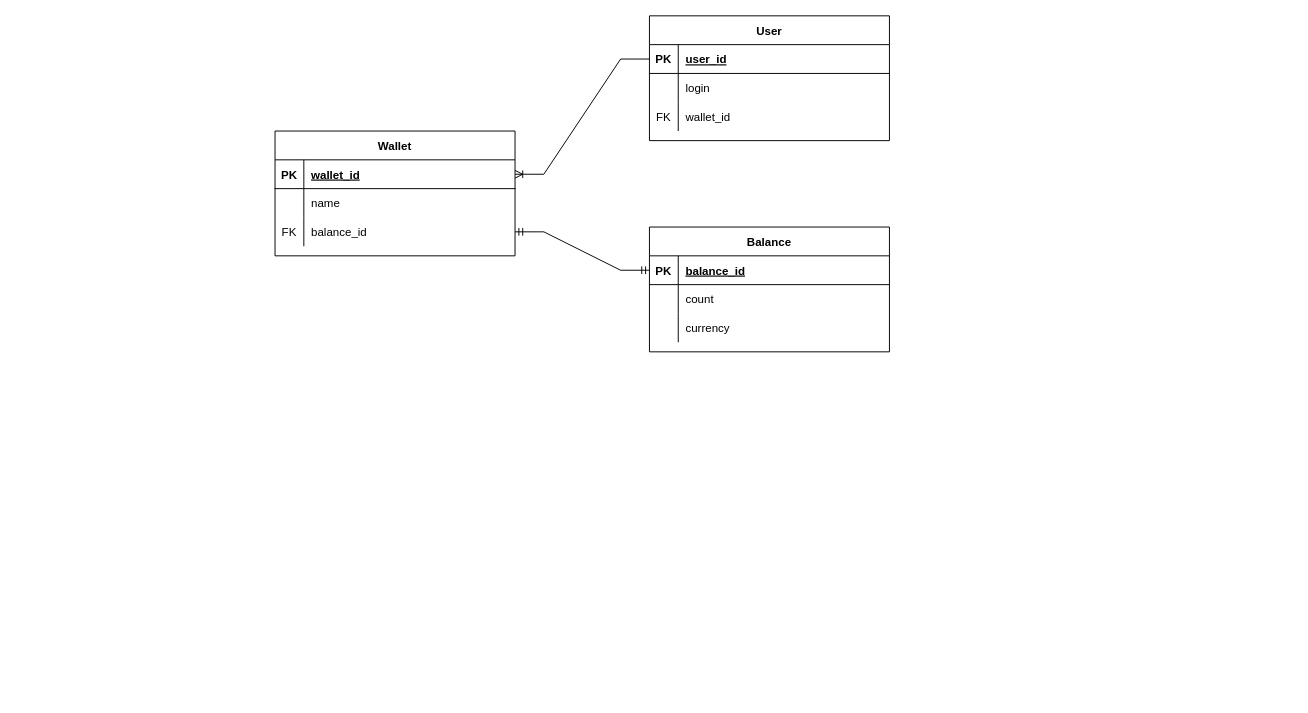
Before: Диаграмма без названия.drawio in ayratkin/coin-keeper-server, a draw.io diagram. Source tidied: cells renumbered, new cells numbered last; positions are measured from the earlier drawing's top-left corner, leaving out a move shared by most shapes. Both pictures are drawn from the tidied source at 96%, with x=0, y=0 at pixel (275, 15).
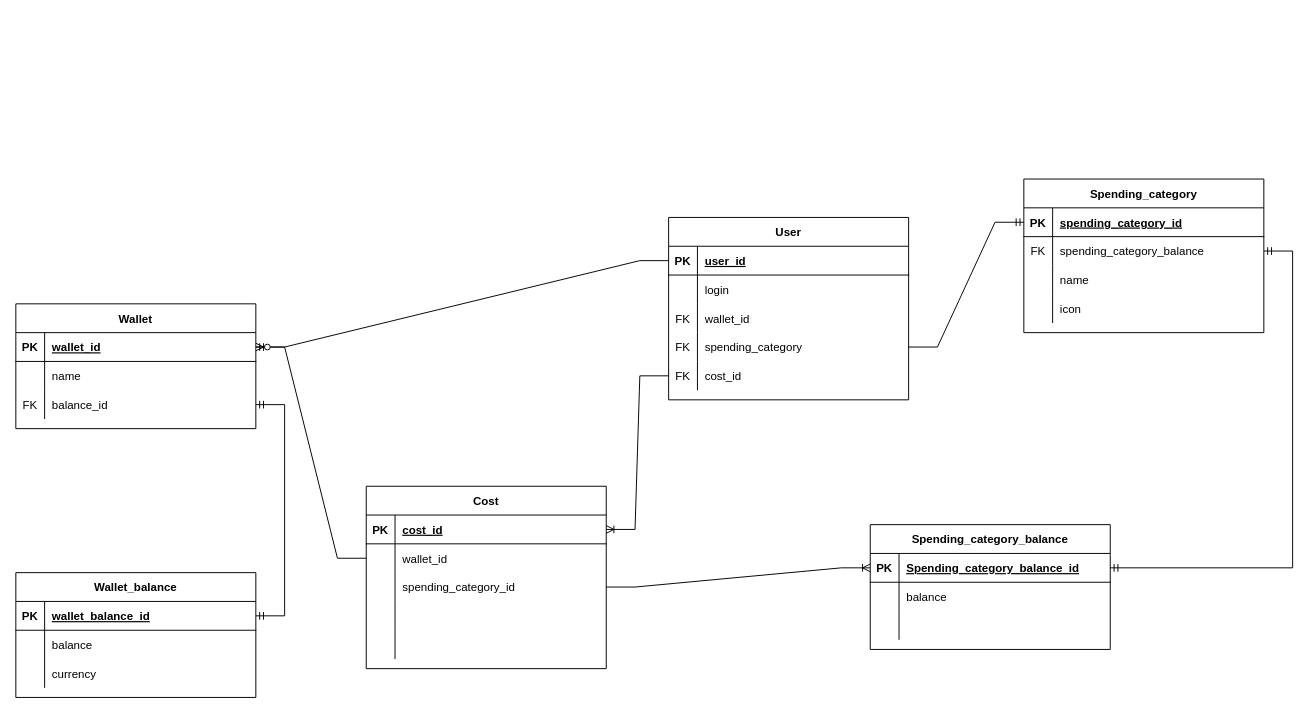
Above is the later version.

Unchanged cells that the change refers to:
```xml
<mxCell id="3" style="shape=partialRectangle;fillColor=none;points=[[0,0.5],[1,0.5]];portConstraint=eastwest;top=0;left=0;right=0;bottom=1;" parent="2" vertex="1">
  <mxGeometry y="30" width="250" height="30" as="geometry" />
</mxCell>
<mxCell id="6" style="shape=partialRectangle;fillColor=none;top=0;left=0;right=0;bottom=0;" parent="2" vertex="1">
  <mxGeometry y="60" width="250" height="30" as="geometry" />
</mxCell>
<mxCell id="13" style="shape=partialRectangle;fillColor=none;points=[[0,0.5],[1,0.5]];portConstraint=eastwest;top=0;left=0;right=0;bottom=1;" parent="12" vertex="1">
  <mxGeometry y="30" width="250" height="30" as="geometry" />
</mxCell>
<mxCell id="19" style="shape=partialRectangle;fillColor=none;points=[[0,0.5],[1,0.5]];portConstraint=eastwest;top=0;left=0;right=0;bottom=0;" parent="12" vertex="1">
  <mxGeometry y="90" width="250" height="30" as="geometry" />
</mxCell>
```

Change to the diagram source:
```diff
@@
-    <mxCell id="2" value="Balance" style="shape=table;startSize=30;childLayout=tableLayout;rowLines=0;fontStyle=1;align=center;" parent="1" vertex="1">
-      <mxGeometry x="390" y="220" width="250" height="130" as="geometry" />
+    <mxCell id="2" value="Wallet_balance" style="shape=table;startSize=30;childLayout=tableLayout;rowLines=0;fontStyle=1;align=center;" parent="1" vertex="1">
+      <mxGeometry x="-270" y="580" width="250" height="130" as="geometry" />
     </mxCell>
@@
-    <mxCell id="5" value="balance_id" style="shape=partialRectangle;overflow=hidden;fillColor=none;top=0;left=0;bottom=0;right=0;align=left;spacingLeft=6;fontStyle=5;" parent="3" vertex="1">
+    <mxCell id="5" value="wallet_balance_id" style="shape=partialRectangle;overflow=hidden;fillColor=none;top=0;left=0;bottom=0;right=0;align=left;spacingLeft=6;fontStyle=5;" parent="3" vertex="1">
       <mxGeometry x="30" width="220" height="30" as="geometry" />
     </mxCell>
@@
-    <mxCell id="8" value="count" style="shape=partialRectangle;overflow=hidden;fillColor=none;top=0;left=0;bottom=0;right=0;align=left;spacingLeft=6;" parent="6" vertex="1">
+    <mxCell id="8" value="balance" style="shape=partialRectangle;overflow=hidden;fillColor=none;top=0;left=0;bottom=0;right=0;align=left;spacingLeft=6;" parent="6" vertex="1">
       <mxGeometry x="30" width="220" height="30" as="geometry" />
     </mxCell>
@@
     <mxCell id="12" value="Wallet" style="shape=table;startSize=30;childLayout=tableLayout;rowLines=0;fontStyle=1;align=center;" parent="1" vertex="1">
-      <mxGeometry y="120" width="250" height="130" as="geometry" />
+      <mxGeometry x="-270" y="300" width="250" height="130" as="geometry" />
     </mxCell>
@@
-    <mxCell id="22" style="edgeStyle=entityRelationEdgeStyle;fontSize=12;html=1;endArrow=ERmandOne;startArrow=ERmandOne;rounded=0;" parent="1" edge="1" source="19" target="3">
-      <mxGeometry relative="1" as="geometry" />
-    </mxCell>
     <mxCell id="23" value="User" style="shape=table;startSize=30;childLayout=tableLayout;rowLines=0;fontStyle=1;align=center;" parent="1" vertex="1">
-      <mxGeometry x="390" width="250" height="130" as="geometry" />
+      <mxGeometry x="410" y="210" width="250" height="190" as="geometry" />
     </mxCell>
@@
+    <mxCell id="34" style="shape=partialRectangle;fillColor=none;points=[[0,0.5],[1,0.5]];portConstraint=eastwest;top=0;left=0;right=0;bottom=0;" parent="23" vertex="1">
+      <mxGeometry y="120" width="250" height="30" as="geometry" />
+    </mxCell>
+    <mxCell id="35" value="FK" style="shape=partialRectangle;overflow=hidden;fillColor=none;top=0;left=0;bottom=0;right=0;" parent="34" vertex="1">
+      <mxGeometry width="30" height="30" as="geometry" />
+    </mxCell>
+    <mxCell id="36" value="spending_category" style="shape=partialRectangle;overflow=hidden;fillColor=none;top=0;left=0;bottom=0;right=0;align=left;spacingLeft=6;" parent="34" vertex="1">
+      <mxGeometry x="30" width="220" height="30" as="geometry" />
+    </mxCell>
+    <mxCell id="37" style="shape=partialRectangle;fillColor=none;points=[[0,0.5],[1,0.5]];portConstraint=eastwest;top=0;left=0;right=0;bottom=0;" parent="23" vertex="1">
+      <mxGeometry y="150" width="250" height="30" as="geometry" />
+    </mxCell>
+    <mxCell id="38" value="FK" style="shape=partialRectangle;overflow=hidden;fillColor=none;top=0;left=0;bottom=0;right=0;" parent="37" vertex="1">
+      <mxGeometry width="30" height="30" as="geometry" />
+    </mxCell>
+    <mxCell id="39" value="cost_id" style="shape=partialRectangle;overflow=hidden;fillColor=none;top=0;left=0;bottom=0;right=0;align=left;spacingLeft=6;" parent="37" vertex="1">
+      <mxGeometry x="30" width="220" height="30" as="geometry" />
+    </mxCell>
@@
+    <mxCell id="40" value="Spending_category" style="shape=table;startSize=30;childLayout=tableLayout;rowLines=0;fontStyle=1;align=center;" parent="1" vertex="1">
+      <mxGeometry x="780" y="170" width="250" height="160" as="geometry" />
+    </mxCell>
+    <mxCell id="41" style="shape=partialRectangle;fillColor=none;points=[[0,0.5],[1,0.5]];portConstraint=eastwest;top=0;left=0;right=0;bottom=1;" parent="40" vertex="1">
+      <mxGeometry y="30" width="250" height="30" as="geometry" />
+    </mxCell>
+    <mxCell id="42" value="PK" style="shape=partialRectangle;overflow=hidden;fillColor=none;top=0;left=0;bottom=0;right=0;fontStyle=1;" parent="41" vertex="1">
+      <mxGeometry width="30" height="30" as="geometry" />
+    </mxCell>
+    <mxCell id="43" value="spending_category_id" style="shape=partialRectangle;overflow=hidden;fillColor=none;top=0;left=0;bottom=0;right=0;align=left;spacingLeft=6;fontStyle=5;" parent="41" vertex="1">
+      <mxGeometry x="30" width="220" height="30" as="geometry" />
+    </mxCell>
+    <mxCell id="44" style="shape=partialRectangle;fillColor=none;points=[[0,0.5],[1,0.5]];portConstraint=eastwest;top=0;left=0;right=0;bottom=0;" parent="40" vertex="1">
+      <mxGeometry y="60" width="250" height="30" as="geometry" />
+    </mxCell>
+    <mxCell id="45" value="FK" style="shape=partialRectangle;overflow=hidden;fillColor=none;top=0;left=0;bottom=0;right=0;" parent="44" vertex="1">
+      <mxGeometry width="30" height="30" as="geometry" />
+    </mxCell>
+    <mxCell id="46" value="spending_category_balance" style="shape=partialRectangle;overflow=hidden;fillColor=none;top=0;left=0;bottom=0;right=0;align=left;spacingLeft=6;" parent="44" vertex="1">
+      <mxGeometry x="30" width="220" height="30" as="geometry" />
+    </mxCell>
+    <mxCell id="47" style="shape=partialRectangle;fillColor=none;top=0;left=0;right=0;bottom=0;" parent="40" vertex="1">
+      <mxGeometry y="90" width="250" height="30" as="geometry" />
+    </mxCell>
+    <mxCell id="48" style="shape=partialRectangle;overflow=hidden;fillColor=none;top=0;left=0;bottom=0;right=0;" parent="47" vertex="1">
+      <mxGeometry width="30" height="30" as="geometry" />
+    </mxCell>
+    <mxCell id="49" value="name" style="shape=partialRectangle;overflow=hidden;fillColor=none;top=0;left=0;bottom=0;right=0;align=left;spacingLeft=6;" parent="47" vertex="1">
+      <mxGeometry x="30" width="220" height="30" as="geometry" />
+    </mxCell>
+    <mxCell id="50" style="shape=partialRectangle;fillColor=none;top=0;left=0;right=0;bottom=0;" parent="40" vertex="1">
+      <mxGeometry y="120" width="250" height="30" as="geometry" />
+    </mxCell>
+    <mxCell id="51" value=" " style="shape=partialRectangle;overflow=hidden;fillColor=none;top=0;left=0;bottom=0;right=0;" parent="50" vertex="1">
+      <mxGeometry width="30" height="30" as="geometry" />
+    </mxCell>
+    <mxCell id="52" value="icon" style="shape=partialRectangle;overflow=hidden;fillColor=none;top=0;left=0;bottom=0;right=0;align=left;spacingLeft=6;" parent="50" vertex="1">
+      <mxGeometry x="30" width="220" height="30" as="geometry" />
+    </mxCell>
+    <mxCell id="53" value="Spending_category_balance" style="shape=table;startSize=30;childLayout=tableLayout;rowLines=0;fontStyle=1;align=center;" parent="1" vertex="1">
+      <mxGeometry x="620" y="530" width="250" height="130" as="geometry" />
+    </mxCell>
+    <mxCell id="54" style="shape=partialRectangle;fillColor=none;points=[[0,0.5],[1,0.5]];portConstraint=eastwest;top=0;left=0;right=0;bottom=1;" parent="53" vertex="1">
+      <mxGeometry y="30" width="250" height="30" as="geometry" />
+    </mxCell>
+    <mxCell id="55" value="PK" style="shape=partialRectangle;overflow=hidden;fillColor=none;top=0;left=0;bottom=0;right=0;fontStyle=1;" parent="54" vertex="1">
+      <mxGeometry width="30" height="30" as="geometry" />
+    </mxCell>
+    <mxCell id="56" value="Spending_category_balance_id" style="shape=partialRectangle;overflow=hidden;fillColor=none;top=0;left=0;bottom=0;right=0;align=left;spacingLeft=6;fontStyle=5;" parent="54" vertex="1">
+      <mxGeometry x="30" width="220" height="30" as="geometry" />
+    </mxCell>
+    <mxCell id="57" style="shape=partialRectangle;fillColor=none;top=0;left=0;right=0;bottom=0;" parent="53" vertex="1">
+      <mxGeometry y="60" width="250" height="30" as="geometry" />
+    </mxCell>
+    <mxCell id="58" value=" " style="shape=partialRectangle;overflow=hidden;fillColor=none;top=0;left=0;bottom=0;right=0;" parent="57" vertex="1">
+      <mxGeometry width="30" height="30" as="geometry" />
+    </mxCell>
+    <mxCell id="59" value="balance" style="shape=partialRectangle;overflow=hidden;fillColor=none;top=0;left=0;bottom=0;right=0;align=left;spacingLeft=6;" parent="57" vertex="1">
+      <mxGeometry x="30" width="220" height="30" as="geometry" />
+    </mxCell>
+    <mxCell id="60" style="shape=partialRectangle;fillColor=none;top=0;left=0;right=0;bottom=0;" parent="53" vertex="1">
+      <mxGeometry y="90" width="250" height="30" as="geometry" />
+    </mxCell>
+    <mxCell id="61" style="shape=partialRectangle;overflow=hidden;fillColor=none;top=0;left=0;bottom=0;right=0;" parent="60" vertex="1">
+      <mxGeometry width="30" height="30" as="geometry" />
+    </mxCell>
+    <mxCell id="62" style="shape=partialRectangle;overflow=hidden;fillColor=none;top=0;left=0;bottom=0;right=0;align=left;spacingLeft=6;" parent="60" vertex="1">
+      <mxGeometry x="30" width="220" height="30" as="geometry" />
+    </mxCell>
+    <mxCell id="63" style="edgeStyle=entityRelationEdgeStyle;fontSize=12;html=1;endArrow=ERmandOne;startArrow=ERmandOne;rounded=0;" parent="1" edge="1" source="44" target="54">
+      <mxGeometry relative="1" as="geometry" />
+    </mxCell>
+    <mxCell id="64" style="edgeStyle=entityRelationEdgeStyle;fontSize=12;html=1;endArrow=ERmandOne;rounded=0;" parent="1" edge="1" source="34" target="41">
+      <mxGeometry relative="1" as="geometry" />
+    </mxCell>
+    <mxCell id="65" value="Cost" style="shape=table;startSize=30;childLayout=tableLayout;rowLines=0;fontStyle=1;align=center;" parent="1" vertex="1">
+      <mxGeometry x="95" y="490" width="250" height="190" as="geometry" />
+    </mxCell>
+    <mxCell id="66" style="shape=partialRectangle;fillColor=none;points=[[0,0.5],[1,0.5]];portConstraint=eastwest;top=0;left=0;right=0;bottom=1;" parent="65" vertex="1">
+      <mxGeometry y="30" width="250" height="30" as="geometry" />
+    </mxCell>
+    <mxCell id="67" value="PK" style="shape=partialRectangle;overflow=hidden;fillColor=none;top=0;left=0;bottom=0;right=0;fontStyle=1;" parent="66" vertex="1">
+      <mxGeometry width="30" height="30" as="geometry" />
+    </mxCell>
+    <mxCell id="68" value="cost_id" style="shape=partialRectangle;overflow=hidden;fillColor=none;top=0;left=0;bottom=0;right=0;align=left;spacingLeft=6;fontStyle=5;" parent="66" vertex="1">
+      <mxGeometry x="30" width="220" height="30" as="geometry" />
+    </mxCell>
+    <mxCell id="69" style="shape=partialRectangle;fillColor=none;points=[[0,0.5],[1,0.5]];portConstraint=eastwest;top=0;left=0;right=0;bottom=0;" parent="65" vertex="1">
+      <mxGeometry y="60" width="250" height="30" as="geometry" />
+    </mxCell>
+    <mxCell id="70" style="shape=partialRectangle;overflow=hidden;fillColor=none;top=0;left=0;bottom=0;right=0;" parent="69" vertex="1">
+      <mxGeometry width="30" height="30" as="geometry" />
+    </mxCell>
+    <mxCell id="71" value="wallet_id" style="shape=partialRectangle;overflow=hidden;fillColor=none;top=0;left=0;bottom=0;right=0;align=left;spacingLeft=6;" parent="69" vertex="1">
+      <mxGeometry x="30" width="220" height="30" as="geometry" />
+    </mxCell>
+    <mxCell id="72" style="shape=partialRectangle;fillColor=none;points=[[0,0.5],[1,0.5]];portConstraint=eastwest;top=0;left=0;right=0;bottom=0;" parent="65" vertex="1">
+      <mxGeometry y="90" width="250" height="30" as="geometry" />
+    </mxCell>
+    <mxCell id="73" style="shape=partialRectangle;overflow=hidden;fillColor=none;top=0;left=0;bottom=0;right=0;" parent="72" vertex="1">
+      <mxGeometry width="30" height="30" as="geometry" />
+    </mxCell>
+    <mxCell id="74" value="spending_category_id" style="shape=partialRectangle;overflow=hidden;fillColor=none;top=0;left=0;bottom=0;right=0;align=left;spacingLeft=6;" parent="72" vertex="1">
+      <mxGeometry x="30" width="220" height="30" as="geometry" />
+    </mxCell>
+    <mxCell id="75" style="shape=partialRectangle;fillColor=none;top=0;left=0;right=0;bottom=0;" parent="65" vertex="1">
+      <mxGeometry y="120" width="250" height="30" as="geometry" />
+    </mxCell>
+    <mxCell id="76" style="shape=partialRectangle;overflow=hidden;fillColor=none;top=0;left=0;bottom=0;right=0;" parent="75" vertex="1">
+      <mxGeometry width="30" height="30" as="geometry" />
+    </mxCell>
+    <mxCell id="77" value=" " style="shape=partialRectangle;overflow=hidden;fillColor=none;top=0;left=0;bottom=0;right=0;align=left;spacingLeft=6;" parent="75" vertex="1">
+      <mxGeometry x="30" width="220" height="30" as="geometry" />
+    </mxCell>
+    <mxCell id="78" style="shape=partialRectangle;fillColor=none;top=0;left=0;right=0;bottom=0;" parent="65" vertex="1">
+      <mxGeometry y="150" width="250" height="30" as="geometry" />
+    </mxCell>
+    <mxCell id="79" style="shape=partialRectangle;overflow=hidden;fillColor=none;top=0;left=0;bottom=0;right=0;" parent="78" vertex="1">
+      <mxGeometry width="30" height="30" as="geometry" />
+    </mxCell>
+    <mxCell id="80" value=" " style="shape=partialRectangle;overflow=hidden;fillColor=none;top=0;left=0;bottom=0;right=0;align=left;spacingLeft=6;" parent="78" vertex="1">
+      <mxGeometry x="30" width="220" height="30" as="geometry" />
+    </mxCell>
+    <mxCell id="81" style="edgeStyle=entityRelationEdgeStyle;fontSize=12;html=1;endArrow=ERoneToMany;rounded=0;" parent="1" edge="1" source="37" target="66">
+      <mxGeometry relative="1" as="geometry" />
+    </mxCell>
+    <mxCell id="82" style="edgeStyle=entityRelationEdgeStyle;fontSize=12;html=1;endArrow=ERmandOne;startArrow=ERmandOne;rounded=0;" parent="1" edge="1" source="3" target="19">
+      <mxGeometry relative="1" as="geometry" />
+    </mxCell>
+    <mxCell id="83" style="edgeStyle=entityRelationEdgeStyle;fontSize=12;html=1;endArrow=ERzeroToOne;endFill=1;rounded=0;" parent="1" edge="1" source="69" target="13">
+      <mxGeometry relative="1" as="geometry" />
+    </mxCell>
+    <mxCell id="84" style="edgeStyle=entityRelationEdgeStyle;fontSize=12;html=1;endArrow=ERoneToMany;rounded=0;" parent="1" edge="1" source="72" target="54">
+      <mxGeometry relative="1" as="geometry" />
+    </mxCell>
```
